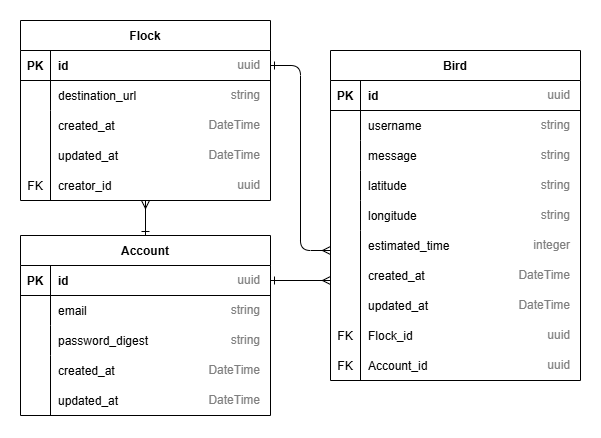
The draw.io diagram docs/ERM_diagram.png in NTHU-inSecurity/flocks-api, before a commit. Source tidied: cells renumbered, new cells last; positions are measured from the earlier drawing's top-left corner, leaving out a move shared by most shapes.
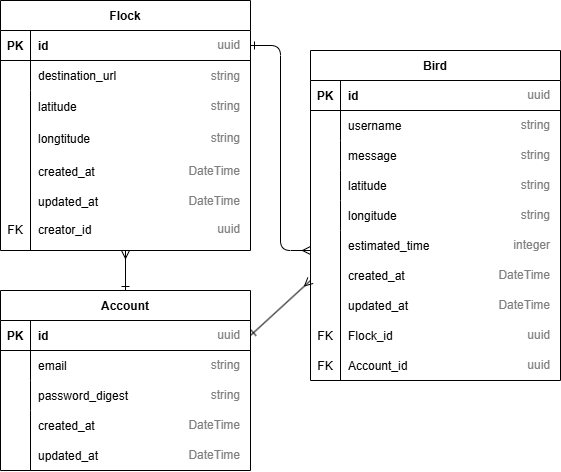
Later version of the same file.

The edit, as a diff of the source:
```diff
@@ -13,10 +13,10 @@
       </mxGeometry>
     </mxCell>
     <mxCell id="4" style="group;" parent="1" vertex="1">
-      <mxGeometry width="250" height="180" as="geometry" />
+      <mxGeometry y="-20" width="250" height="250" as="geometry" />
     </mxCell>
     <mxCell id="5" value="Flock" style="shape=table;startSize=30;rowLines=0;fontStyle=1;align=center;" parent="4" vertex="1">
-      <mxGeometry width="250" height="180" as="geometry" />
+      <mxGeometry width="250" height="250" as="geometry" />
     </mxCell>
     <mxCell id="6" style="shape=partialRectangle;fillColor=none;points=[[0,0.5],[1,0.5]];portConstraint=eastwest;top=0;left=0;right=0;bottom=1;" parent="5" vertex="1">
       <mxGeometry y="30" width="250" height="30" as="geometry" />
@@ -37,47 +37,65 @@
       <mxGeometry x="30" width="220" height="30" as="geometry" />
     </mxCell>
     <mxCell id="12" value="&lt;font style=&quot;color: rgb(128, 128, 128);&quot;&gt;uuid&lt;/font&gt;" style="text;html=1;align=right;verticalAlign=middle;whiteSpace=wrap;rounded=0;" parent="4" vertex="1">
-      <mxGeometry x="182" y="30" width="60" height="30" as="geometry" />
+      <mxGeometry x="182" y="24.6" width="60" height="41.7" as="geometry" />
     </mxCell>
     <mxCell id="13" value="&lt;font style=&quot;color: rgb(128, 128, 128);&quot;&gt;string&lt;/font&gt;" style="text;html=1;align=right;verticalAlign=middle;whiteSpace=wrap;rounded=0;" parent="4" vertex="1">
-      <mxGeometry x="182" y="60" width="60" height="30" as="geometry" />
+      <mxGeometry x="182" y="55.3" width="60" height="41.7" as="geometry" />
     </mxCell>
     <mxCell id="14" value="FK" style="shape=partialRectangle;overflow=hidden;fillColor=none;top=0;left=0;bottom=0;right=0;" parent="4" vertex="1">
-      <mxGeometry y="150" width="30" height="30" as="geometry" />
+      <mxGeometry y="208.3" width="30" height="41.7" as="geometry" />
     </mxCell>
     <mxCell id="15" style="group;" parent="4" vertex="1">
-      <mxGeometry x="30" y="90" width="220" height="30" as="geometry" />
+      <mxGeometry x="30" y="150" width="220" height="41.7" as="geometry" />
     </mxCell>
     <mxCell id="16" value="created_at" style="shape=partialRectangle;overflow=hidden;fillColor=none;top=0;left=0;bottom=0;right=0;align=left;spacingLeft=6;" parent="15" vertex="1">
-      <mxGeometry width="220" height="30" as="geometry" />
+      <mxGeometry width="220" height="41.7" as="geometry" />
     </mxCell>
     <mxCell id="17" value="&lt;font color=&quot;#808080&quot;&gt;DateTime&lt;/font&gt;" style="text;html=1;align=right;verticalAlign=middle;whiteSpace=wrap;rounded=0;" parent="15" vertex="1">
-      <mxGeometry x="152" width="60" height="30" as="geometry" />
+      <mxGeometry x="152" width="60" height="41.7" as="geometry" />
     </mxCell>
     <mxCell id="18" style="group;" parent="4" vertex="1">
-      <mxGeometry x="30" y="120" width="220" height="30" as="geometry" />
+      <mxGeometry x="30" y="179.7" width="220" height="41.7" as="geometry" />
     </mxCell>
     <mxCell id="19" value="updated_at" style="shape=partialRectangle;overflow=hidden;fillColor=none;top=0;left=0;bottom=0;right=0;align=left;spacingLeft=6;" parent="18" vertex="1">
-      <mxGeometry width="220" height="30" as="geometry" />
+      <mxGeometry width="220" height="41.7" as="geometry" />
     </mxCell>
     <mxCell id="20" value="&lt;font color=&quot;#808080&quot;&gt;DateTime&lt;/font&gt;" style="text;html=1;align=right;verticalAlign=middle;whiteSpace=wrap;rounded=0;" parent="18" vertex="1">
-      <mxGeometry x="152" width="60" height="30" as="geometry" />
+      <mxGeometry x="152" width="60" height="41.7" as="geometry" />
     </mxCell>
     <mxCell id="21" style="group;" parent="4" vertex="1">
-      <mxGeometry x="30" y="150" width="220" height="30" as="geometry" />
+      <mxGeometry x="30" y="208.3" width="220" height="41.7" as="geometry" />
     </mxCell>
     <mxCell id="22" value="creator_id" style="shape=partialRectangle;overflow=hidden;fillColor=none;top=0;left=0;bottom=0;right=0;align=left;spacingLeft=6;" parent="21" vertex="1">
-      <mxGeometry width="220" height="30" as="geometry" />
+      <mxGeometry width="220" height="41.7" as="geometry" />
     </mxCell>
     <mxCell id="23" value="&lt;font style=&quot;color: rgb(128, 128, 128);&quot;&gt;uuid&lt;/font&gt;" style="text;html=1;align=right;verticalAlign=middle;whiteSpace=wrap;rounded=0;" parent="21" vertex="1">
-      <mxGeometry x="152" width="60" height="30" as="geometry" />
+      <mxGeometry x="152" width="60" height="41.7" as="geometry" />
     </mxCell>
     <mxCell id="24" style="endArrow=none;html=1;rounded=0;" parent="4" edge="1">
       <mxGeometry relative="1" as="geometry">
-        <mxPoint x="30" y="180" as="sourcePoint" />
+        <mxPoint x="30" y="250" as="sourcePoint" />
         <mxPoint x="30" y="90" as="targetPoint" />
       </mxGeometry>
     </mxCell>
+    <mxCell id="86" style="group;" parent="4" vertex="1">
+      <mxGeometry x="30" y="85" width="220" height="41.7" as="geometry" />
+    </mxCell>
+    <mxCell id="87" value="latitude" style="shape=partialRectangle;overflow=hidden;fillColor=none;top=0;left=0;bottom=0;right=0;align=left;spacingLeft=6;" parent="86" vertex="1">
+      <mxGeometry width="220" height="41.7" as="geometry" />
+    </mxCell>
+    <mxCell id="88" value="&lt;font color=&quot;#808080&quot;&gt;string&lt;/font&gt;" style="text;html=1;align=right;verticalAlign=middle;whiteSpace=wrap;rounded=0;" parent="86" vertex="1">
+      <mxGeometry x="152" width="60" height="41.7" as="geometry" />
+    </mxCell>
+    <mxCell id="89" style="group;" parent="4" vertex="1">
+      <mxGeometry x="30" y="117.2" width="220" height="41.7" as="geometry" />
+    </mxCell>
+    <mxCell id="90" value="longtitude" style="shape=partialRectangle;overflow=hidden;fillColor=none;top=0;left=0;bottom=0;right=0;align=left;spacingLeft=6;" parent="89" vertex="1">
+      <mxGeometry width="220" height="41.7" as="geometry" />
+    </mxCell>
+    <mxCell id="91" value="&lt;font color=&quot;#808080&quot;&gt;string&lt;/font&gt;" style="text;html=1;align=right;verticalAlign=middle;whiteSpace=wrap;rounded=0;" parent="89" vertex="1">
+      <mxGeometry x="152" width="60" height="41.7" as="geometry" />
+    </mxCell>
     <mxCell id="25" style="group;" parent="1" vertex="1">
       <mxGeometry x="310" y="30" width="250" height="330" as="geometry" />
     </mxCell>
@@ -208,7 +226,7 @@
       </mxGeometry>
     </mxCell>
     <mxCell id="65" style="group;" parent="1" vertex="1">
-      <mxGeometry y="215" width="250" height="180" as="geometry" />
+      <mxGeometry y="270" width="250" height="180" as="geometry" />
     </mxCell>
     <mxCell id="66" value="Account" style="shape=table;startSize=30;rowLines=0;fontStyle=1;align=center;" parent="65" vertex="1">
       <mxGeometry width="250" height="180" as="geometry" />
@@ -272,7 +290,7 @@
     </mxCell>
     <mxCell id="85" style="edgeStyle=none;rounded=0;jettySize=auto;html=1;endArrow=ERone;endFill=0;startArrow=ERmany;startFill=0;entryX=0.5;entryY=0;entryDx=0;entryDy=0;" parent="1" edge="1" target="66">
       <mxGeometry relative="1" as="geometry">
-        <mxPoint x="125" y="180" as="sourcePoint" />
+        <mxPoint x="125" y="230" as="sourcePoint" />
       </mxGeometry>
     </mxCell>
   </root>
```
